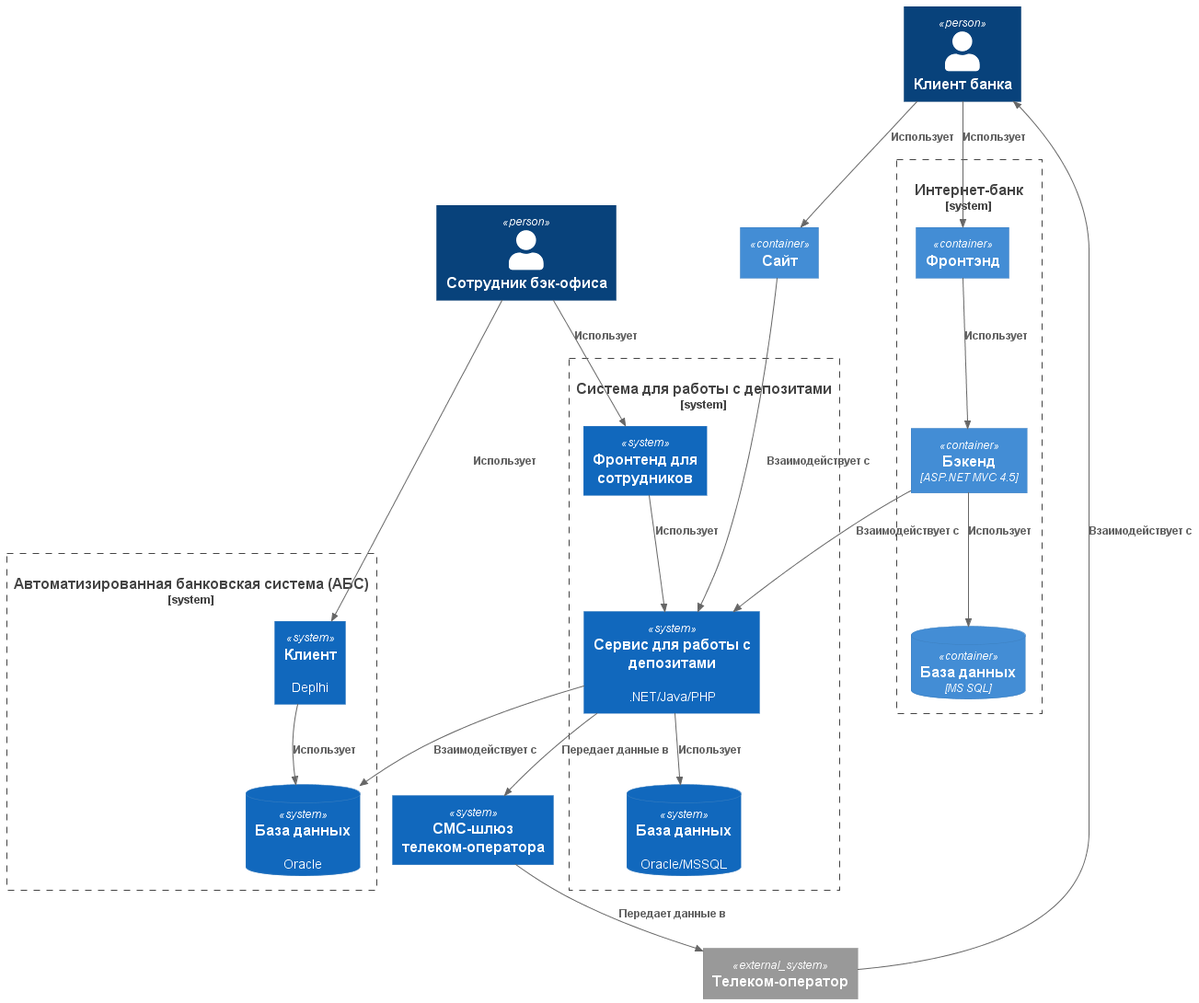
Earlier version of the PlantUML export Task3/Containers.png (vsevolod-nikitin/yandex-practicum-architecture-pro-standart).
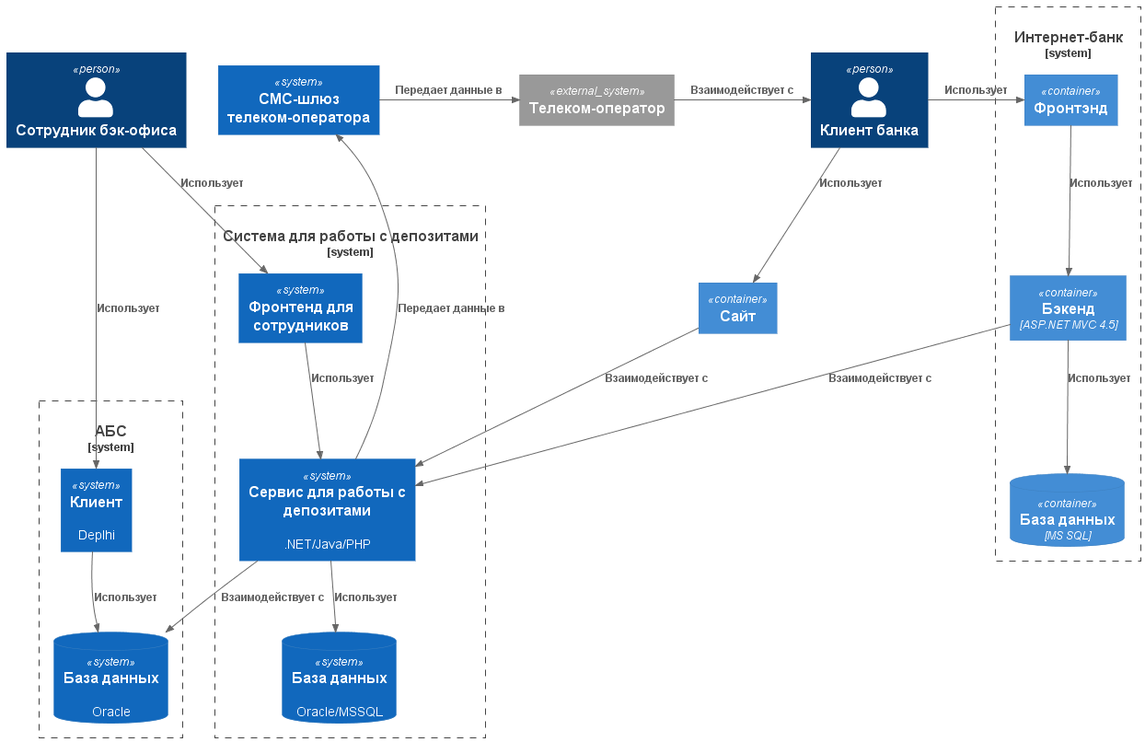
Later version of the same file.

Commit message:
Обновление схем

Change to the diagram source:
```diff
@@ -12,7 +12,7 @@
     ContainerDb(internetBankDb, "База данных", "MS SQL")
 }
 
-System_Boundary(absSystem, "Автоматизированная банковская система (АБС)"){
+System_Boundary(absSystem, "АБС"){
     System(abs, "Клиент", "Deplhi")
     SystemDb(absDb, "База данных", "Oracle")
 }
@@ -36,13 +36,13 @@
 Rel(internetBank, depositService, "Взаимодействует с")
 Rel(website, depositService, "Взаимодействует с")
 
-Rel(depositService, smsGateway, "Передает данные в")
+Rel_R(depositService, smsGateway, "Передает данные в")
 Rel(depositService, absDb, "Взаимодействует с")
 Rel(depositService, depositServiceDb, "Использует")
 Rel(depositServiceFrontend, depositService, "Использует")
 
-Rel(smsGateway, telecomOperator, "Передает данные в")
-Rel_L(telecomOperator, client, "Взаимодействует с")
+Rel_R(smsGateway, telecomOperator, "Передает данные в")
+Rel_R(telecomOperator, client, "Взаимодействует с")
 
 Rel(internetBankFrontend, internetBank, "Использует")
 Rel(internetBank, internetBankDb, "Использует")
```
